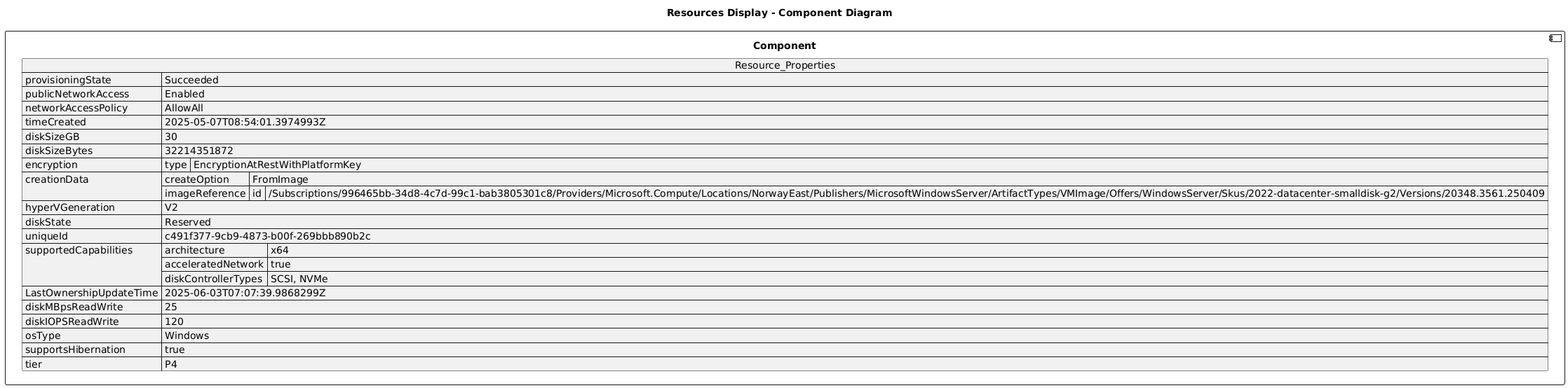
The PlantUML diagram diagrams/bjsScaleset1_bf585774_OsDisk_1_c491f3779cb94873b00f269bbb890b2c.png in DanielAmpong/Test-Azure-architecture-diagram, before a commit. Source of this version:
```plantuml
@startuml

title Resources Display - Component Diagram

component Component {

json  Resource_Properties {
  "provisioningState": "Succeeded",
  "publicNetworkAccess": "Enabled",
  "networkAccessPolicy": "AllowAll",
  "timeCreated": "2025-05-07T08:54:01.3974993Z",
  "diskSizeGB": 30,
  "diskSizeBytes": 32214351872,
  "encryption": {
    "type": "EncryptionAtRestWithPlatformKey"
  },
  "creationData": {
    "createOption": "FromImage",
    "imageReference": {
      "id": "/Subscriptions/996465bb-34d8-4c7d-99c1-bab3805301c8/Providers/Microsoft.Compute/Locations/NorwayEast/Publishers/MicrosoftWindowsServer/ArtifactTypes/VMImage/Offers/WindowsServer/Skus/2022-datacenter-smalldisk-g2/Versions/20348.3561.250409"
    }
  },
  "hyperVGeneration": "V2",
  "diskState": "Reserved",
  "uniqueId": "c491f377-9cb9-4873-b00f-269bbb890b2c",
  "supportedCapabilities": {
    "architecture": "x64",
    "acceleratedNetwork": true,
    "diskControllerTypes": "SCSI, NVMe"
  },
  "LastOwnershipUpdateTime": "2025-06-03T07:07:39.9868299Z",
  "diskMBpsReadWrite": 25,
  "diskIOPSReadWrite": 120,
  "osType": "Windows",
  "supportsHibernation": true,
  "tier": "P4"
}
}
@enduml
```
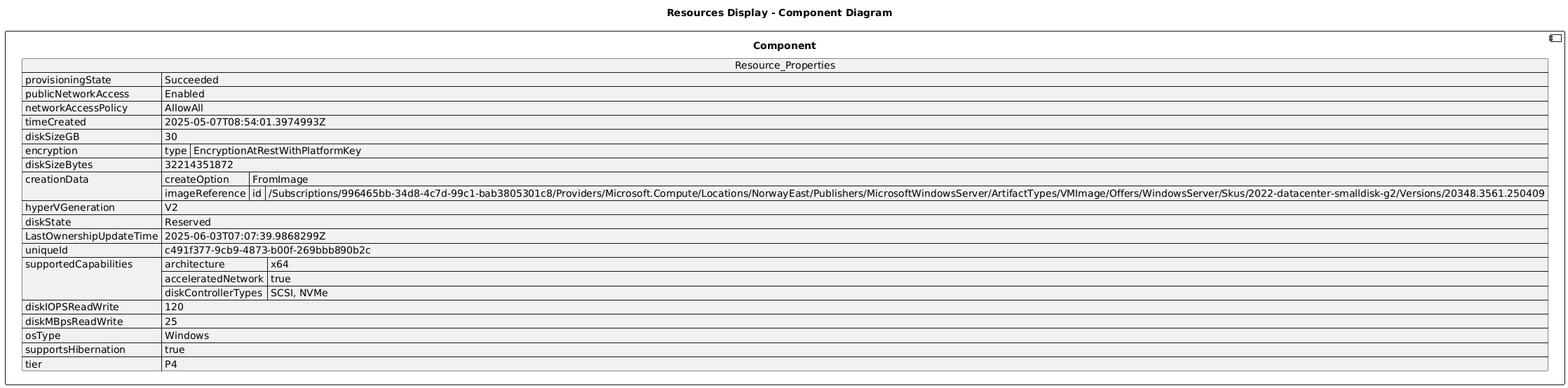
The same diagram one commit later.

The edit, as a diff of the source:
```diff
@@ -10,10 +10,10 @@
   "networkAccessPolicy": "AllowAll",
   "timeCreated": "2025-05-07T08:54:01.3974993Z",
   "diskSizeGB": 30,
-  "diskSizeBytes": 32214351872,
   "encryption": {
     "type": "EncryptionAtRestWithPlatformKey"
   },
+  "diskSizeBytes": 32214351872,
   "creationData": {
     "createOption": "FromImage",
     "imageReference": {
@@ -22,15 +22,15 @@
   },
   "hyperVGeneration": "V2",
   "diskState": "Reserved",
+  "LastOwnershipUpdateTime": "2025-06-03T07:07:39.9868299Z",
   "uniqueId": "c491f377-9cb9-4873-b00f-269bbb890b2c",
   "supportedCapabilities": {
     "architecture": "x64",
     "acceleratedNetwork": true,
     "diskControllerTypes": "SCSI, NVMe"
   },
-  "LastOwnershipUpdateTime": "2025-06-03T07:07:39.9868299Z",
+  "diskIOPSReadWrite": 120,
   "diskMBpsReadWrite": 25,
-  "diskIOPSReadWrite": 120,
   "osType": "Windows",
   "supportsHibernation": true,
   "tier": "P4"
```
